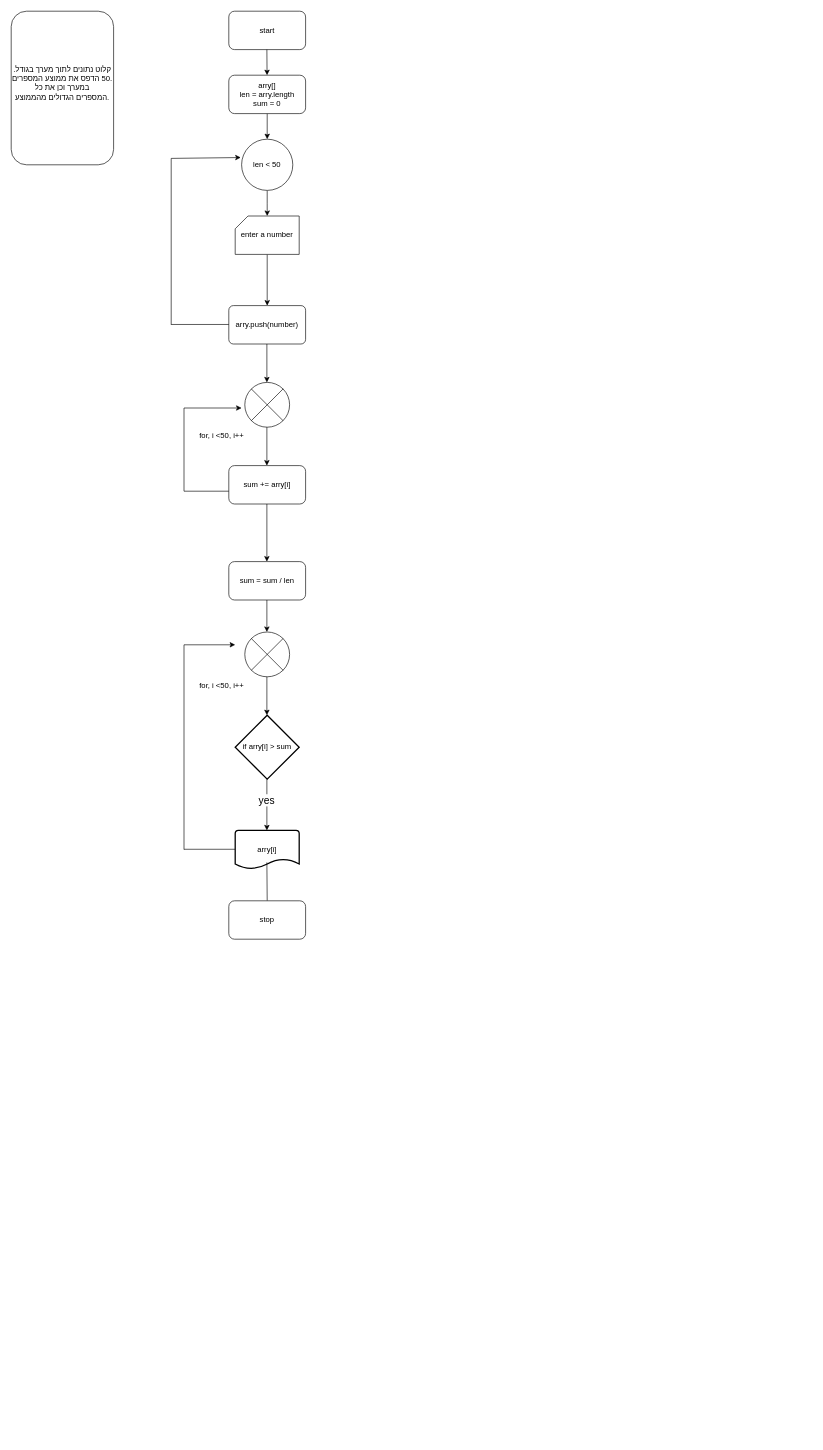
YanirH/DAVIDandMOSHE keeps this draw.io diagram as Homeworks.drawio. Above is the earlier version. Source tidied: cells renumbered, new cells numbered last; positions are measured from the earlier drawing's top-left corner, leaving out a move shared by most shapes. Both pictures are drawn from the tidied source at 64%, with x=0, y=0 at pixel (11, 11).
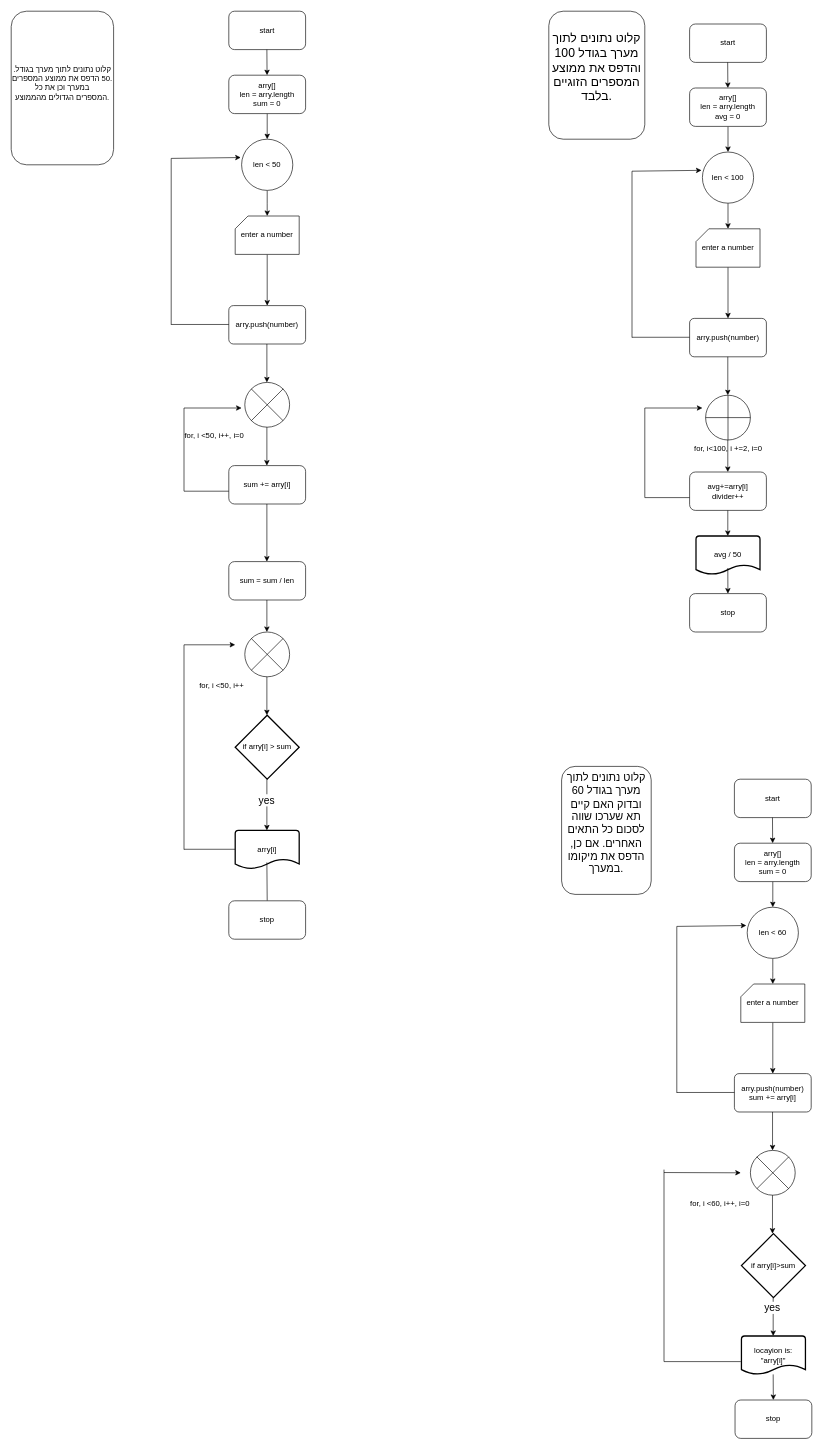
Above is the later version.

Diff of the diagram source:
```diff
@@
-    <mxCell id="16" value="for, i &amp;lt;50, i++" style="verticalLabelPosition=bottom;verticalAlign=top;html=1;shape=mxgraph.flowchart.or;labelPosition=left;align=right;" parent="1" vertex="1">
+    <mxCell id="16" value="for, i &amp;lt;50, i++, i=0" style="verticalLabelPosition=bottom;verticalAlign=top;html=1;shape=mxgraph.flowchart.or;labelPosition=left;align=right;" parent="1" vertex="1">
       <mxGeometry x="365" y="580" width="70" height="70" as="geometry" />
     </mxCell>
@@
+    <mxCell id="36" value="&lt;div style=&quot;font-size: 19px;&quot;&gt;קלוט נתונים לתוך מערך בגודל 100 והדפס את ממוצע המספרים הזוגיים בלבד.&lt;/div&gt;&lt;div style=&quot;font-size: 19px;&quot;&gt;&lt;br style=&quot;font-size: 19px;&quot;&gt;&lt;/div&gt;" style="rounded=1;whiteSpace=wrap;html=1;fontSize=19;" parent="1" vertex="1">
+      <mxGeometry x="840" width="150" height="200" as="geometry" />
+    </mxCell>
+    <mxCell id="37" value="start" style="rounded=1;whiteSpace=wrap;html=1;" parent="1" vertex="1">
+      <mxGeometry x="1060" y="20" width="120" height="60" as="geometry" />
+    </mxCell>
+    <mxCell id="38" style="endArrow=classic;html=1;rounded=0;" parent="1" edge="1" target="40">
+      <mxGeometry relative="1" as="geometry">
+        <mxPoint x="1119.5" y="80" as="sourcePoint" />
+      </mxGeometry>
+    </mxCell>
+    <mxCell id="39" style="edgeStyle=orthogonalEdgeStyle;rounded=0;jettySize=auto;html=1;" parent="1" edge="1" source="40" target="42">
+      <mxGeometry relative="1" as="geometry" />
+    </mxCell>
+    <mxCell id="40" value="arry[]&lt;br&gt;len = arry.length&lt;br&gt;avg = 0" style="rounded=1;whiteSpace=wrap;html=1;" parent="1" vertex="1">
+      <mxGeometry x="1060" y="120" width="120" height="60" as="geometry" />
+    </mxCell>
+    <mxCell id="41" style="edgeStyle=orthogonalEdgeStyle;rounded=0;jettySize=auto;html=1;" parent="1" edge="1" source="42">
+      <mxGeometry relative="1" as="geometry">
+        <mxPoint x="1120" y="340" as="targetPoint" />
+      </mxGeometry>
+    </mxCell>
+    <mxCell id="42" value="len &amp;lt; 100" style="ellipse;whiteSpace=wrap;html=1;rounded=1;" parent="1" vertex="1">
+      <mxGeometry x="1080" y="220" width="80" height="80" as="geometry" />
+    </mxCell>
+    <mxCell id="43" style="edgeStyle=orthogonalEdgeStyle;rounded=0;jettySize=auto;html=1;" parent="1" edge="1" source="44" target="45">
+      <mxGeometry relative="1" as="geometry" />
+    </mxCell>
+    <mxCell id="44" value="enter a number" style="verticalLabelPosition=middle;verticalAlign=middle;html=1;shape=card;whiteSpace=wrap;size=20;arcSize=12;labelPosition=center;align=center;" parent="1" vertex="1">
+      <mxGeometry x="1070" y="340" width="100" height="60" as="geometry" />
+    </mxCell>
+    <mxCell id="45" value="arry.push(number)" style="rounded=1;whiteSpace=wrap;html=1;arcSize=12;" parent="1" vertex="1">
+      <mxGeometry x="1060" y="480" width="120" height="60" as="geometry" />
+    </mxCell>
+    <mxCell id="46" style="endArrow=none;html=1;rounded=0;" parent="1" edge="1">
+      <mxGeometry relative="1" as="geometry">
+        <mxPoint x="970" y="509.5" as="sourcePoint" />
+        <mxPoint x="1060" y="509.5" as="targetPoint" />
+      </mxGeometry>
+    </mxCell>
+    <mxCell id="47" style="endArrow=none;html=1;rounded=0;" parent="1" edge="1">
+      <mxGeometry relative="1" as="geometry">
+        <mxPoint x="970" y="510" as="sourcePoint" />
+        <mxPoint x="970" y="250" as="targetPoint" />
+      </mxGeometry>
+    </mxCell>
+    <mxCell id="48" style="endArrow=classic;html=1;rounded=0;entryX=-0.017;entryY=0.358;entryDx=0;entryDy=0;entryPerimeter=0;" parent="1" edge="1" target="42">
+      <mxGeometry relative="1" as="geometry">
+        <mxPoint x="970" y="250" as="sourcePoint" />
+      </mxGeometry>
+    </mxCell>
+    <mxCell id="49" style="endArrow=classic;html=1;rounded=0;" parent="1" edge="1">
+      <mxGeometry relative="1" as="geometry">
+        <mxPoint x="1119.7" y="540" as="sourcePoint" />
+        <mxPoint x="1119.7" y="600" as="targetPoint" />
+      </mxGeometry>
+    </mxCell>
+    <mxCell id="50" value="for, i&amp;lt;100, i +=2, i=0" style="verticalLabelPosition=bottom;verticalAlign=top;html=1;shape=mxgraph.flowchart.summing_function;" parent="1" vertex="1">
+      <mxGeometry x="1085" y="600" width="70" height="70" as="geometry" />
+    </mxCell>
+    <mxCell id="51" style="endArrow=classic;html=1;rounded=0;" parent="1" edge="1">
+      <mxGeometry relative="1" as="geometry">
+        <mxPoint x="1119.7" y="670" as="sourcePoint" />
+        <mxPoint x="1119.7" y="720" as="targetPoint" />
+      </mxGeometry>
+    </mxCell>
+    <mxCell id="52" value="avg+=arry[i]&lt;br&gt;divider++" style="rounded=1;whiteSpace=wrap;html=1;" parent="1" vertex="1">
+      <mxGeometry x="1060" y="720" width="120" height="60" as="geometry" />
+    </mxCell>
+    <mxCell id="53" style="endArrow=none;html=1;rounded=0;" parent="1" edge="1">
+      <mxGeometry relative="1" as="geometry">
+        <mxPoint x="990" y="760" as="sourcePoint" />
+        <mxPoint x="1060" y="760" as="targetPoint" />
+      </mxGeometry>
+    </mxCell>
+    <mxCell id="54" style="endArrow=none;html=1;rounded=0;" parent="1" edge="1">
+      <mxGeometry relative="1" as="geometry">
+        <mxPoint x="990" y="760" as="sourcePoint" />
+        <mxPoint x="990" y="620" as="targetPoint" />
+      </mxGeometry>
+    </mxCell>
+    <mxCell id="55" style="endArrow=classic;html=1;rounded=0;" parent="1" edge="1">
+      <mxGeometry relative="1" as="geometry">
+        <mxPoint x="990" y="620" as="sourcePoint" />
+        <mxPoint x="1080" y="620" as="targetPoint" />
+      </mxGeometry>
+    </mxCell>
+    <mxCell id="56" style="endArrow=classic;html=1;rounded=0;" parent="1" edge="1">
+      <mxGeometry relative="1" as="geometry">
+        <mxPoint x="1119.7" y="780" as="sourcePoint" />
+        <mxPoint x="1119.7" y="820" as="targetPoint" />
+      </mxGeometry>
+    </mxCell>
+    <mxCell id="57" value="avg / 50" style="strokeWidth=2;html=1;shape=mxgraph.flowchart.document2;whiteSpace=wrap;size=0.25;" parent="1" vertex="1">
+      <mxGeometry x="1070" y="820" width="100" height="60" as="geometry" />
+    </mxCell>
+    <mxCell id="58" style="endArrow=classic;html=1;rounded=0;" parent="1" edge="1" target="59">
+      <mxGeometry relative="1" as="geometry">
+        <mxPoint x="1119.7" y="870" as="sourcePoint" />
+      </mxGeometry>
+    </mxCell>
+    <mxCell id="59" value="stop" style="rounded=1;whiteSpace=wrap;html=1;" parent="1" vertex="1">
+      <mxGeometry x="1060" y="910" width="120" height="60" as="geometry" />
+    </mxCell>
+    <mxCell id="60" value="&lt;div style=&quot;font-size: 17px;&quot;&gt;קלוט נתונים לתוך מערך בגודל 60 ובדוק האם קיים תא שערכו שווה לסכום כל התאים&lt;/div&gt;&lt;div style=&quot;font-size: 17px;&quot;&gt;האחרים. אם כן, הדפס את מיקומו במערך.&lt;/div&gt;&lt;div style=&quot;font-size: 17px;&quot;&gt;&lt;br style=&quot;font-size: 17px;&quot;&gt;&lt;/div&gt;" style="rounded=1;whiteSpace=wrap;html=1;fontSize=17;" parent="1" vertex="1">
+      <mxGeometry x="860" y="1180" width="140" height="200" as="geometry" />
+    </mxCell>
+    <mxCell id="61" value="start" style="rounded=1;whiteSpace=wrap;html=1;" parent="1" vertex="1">
+      <mxGeometry x="1130" y="1200" width="120" height="60" as="geometry" />
+    </mxCell>
+    <mxCell id="62" style="endArrow=classic;html=1;rounded=0;" parent="1" edge="1" target="64">
+      <mxGeometry relative="1" as="geometry">
+        <mxPoint x="1189.5" y="1260" as="sourcePoint" />
+      </mxGeometry>
+    </mxCell>
+    <mxCell id="63" style="edgeStyle=orthogonalEdgeStyle;rounded=0;jettySize=auto;html=1;" parent="1" edge="1" source="64" target="66">
+      <mxGeometry relative="1" as="geometry" />
+    </mxCell>
+    <mxCell id="64" value="arry[]&lt;br&gt;len = arry.length&lt;br&gt;sum = 0" style="rounded=1;whiteSpace=wrap;html=1;" parent="1" vertex="1">
+      <mxGeometry x="1130" y="1300" width="120" height="60" as="geometry" />
+    </mxCell>
+    <mxCell id="65" style="edgeStyle=orthogonalEdgeStyle;rounded=0;jettySize=auto;html=1;" parent="1" edge="1" source="66">
+      <mxGeometry relative="1" as="geometry">
+        <mxPoint x="1190" y="1520" as="targetPoint" />
+      </mxGeometry>
+    </mxCell>
+    <mxCell id="66" value="len &amp;lt; 60" style="ellipse;whiteSpace=wrap;html=1;rounded=1;" parent="1" vertex="1">
+      <mxGeometry x="1150" y="1400" width="80" height="80" as="geometry" />
+    </mxCell>
+    <mxCell id="67" style="edgeStyle=orthogonalEdgeStyle;rounded=0;jettySize=auto;html=1;" parent="1" edge="1" source="68" target="69">
+      <mxGeometry relative="1" as="geometry" />
+    </mxCell>
+    <mxCell id="68" value="enter a number" style="verticalLabelPosition=middle;verticalAlign=middle;html=1;shape=card;whiteSpace=wrap;size=20;arcSize=12;labelPosition=center;align=center;" parent="1" vertex="1">
+      <mxGeometry x="1140" y="1520" width="100" height="60" as="geometry" />
+    </mxCell>
+    <mxCell id="69" value="arry.push(number)&lt;br&gt;sum += arry[i]" style="rounded=1;whiteSpace=wrap;html=1;arcSize=12;" parent="1" vertex="1">
+      <mxGeometry x="1130" y="1660" width="120" height="60" as="geometry" />
+    </mxCell>
+    <mxCell id="70" style="endArrow=none;html=1;rounded=0;" parent="1" edge="1">
+      <mxGeometry relative="1" as="geometry">
+        <mxPoint x="1040" y="1689.5" as="sourcePoint" />
+        <mxPoint x="1130" y="1689.5" as="targetPoint" />
+      </mxGeometry>
+    </mxCell>
+    <mxCell id="71" style="endArrow=none;html=1;rounded=0;" parent="1" edge="1">
+      <mxGeometry relative="1" as="geometry">
+        <mxPoint x="1040" y="1690" as="sourcePoint" />
+        <mxPoint x="1040" y="1430" as="targetPoint" />
+      </mxGeometry>
+    </mxCell>
+    <mxCell id="72" style="endArrow=classic;html=1;rounded=0;entryX=-0.017;entryY=0.358;entryDx=0;entryDy=0;entryPerimeter=0;" parent="1" edge="1" target="66">
+      <mxGeometry relative="1" as="geometry">
+        <mxPoint x="1040" y="1430" as="sourcePoint" />
+      </mxGeometry>
+    </mxCell>
+    <mxCell id="73" style="endArrow=classic;html=1;rounded=0;" parent="1" edge="1">
+      <mxGeometry relative="1" as="geometry">
+        <mxPoint x="1189.6" y="1720" as="sourcePoint" />
+        <mxPoint x="1189.6" y="1780" as="targetPoint" />
+      </mxGeometry>
+    </mxCell>
+    <mxCell id="74" value="for, i &amp;lt;60, i++, i=0" style="verticalLabelPosition=bottom;verticalAlign=top;html=1;shape=mxgraph.flowchart.or;labelPosition=left;align=right;" parent="1" vertex="1">
+      <mxGeometry x="1155" y="1780" width="70" height="70" as="geometry" />
+    </mxCell>
+    <mxCell id="75" style="endArrow=classic;html=1;rounded=0;" parent="1" edge="1">
+      <mxGeometry relative="1" as="geometry">
+        <mxPoint x="1189.5" y="1850" as="sourcePoint" />
+        <mxPoint x="1189.5" y="1910" as="targetPoint" />
+      </mxGeometry>
+    </mxCell>
+    <mxCell id="76" style="endArrow=none;html=1;rounded=0;" parent="1" edge="1">
+      <mxGeometry relative="1" as="geometry">
+        <mxPoint x="1020" y="2110" as="sourcePoint" />
+        <mxPoint x="1140" y="2110" as="targetPoint" />
+      </mxGeometry>
+    </mxCell>
+    <mxCell id="77" style="endArrow=none;html=1;rounded=0;" parent="1" edge="1">
+      <mxGeometry relative="1" as="geometry">
+        <mxPoint x="1020" y="2110" as="sourcePoint" />
+        <mxPoint x="1020" y="1810" as="targetPoint" />
+      </mxGeometry>
+    </mxCell>
+    <mxCell id="78" style="endArrow=classic;html=1;rounded=0;" parent="1" edge="1">
+      <mxGeometry relative="1" as="geometry">
+        <mxPoint x="1020" y="1814.6" as="sourcePoint" />
+        <mxPoint x="1140" y="1815" as="targetPoint" />
+      </mxGeometry>
+    </mxCell>
+    <mxCell id="79" value="if arry[i]&amp;gt;sum" style="strokeWidth=2;html=1;shape=mxgraph.flowchart.decision;whiteSpace=wrap;" parent="1" vertex="1">
+      <mxGeometry x="1141" y="1910" width="100" height="100" as="geometry" />
+    </mxCell>
+    <mxCell id="80" style="endArrow=classic;html=1;rounded=0;" parent="1" edge="1">
+      <mxGeometry relative="1" as="geometry">
+        <mxPoint x="1190.6" y="2010" as="sourcePoint" />
+        <mxPoint x="1190.6" y="2070" as="targetPoint" />
+      </mxGeometry>
+    </mxCell>
+    <mxCell id="81" value="yes" style="edgeLabel;html=1;align=center;verticalAlign=middle;fontSize=16;" parent="80" vertex="1">
+      <mxGeometry x="-0.51" y="-2" relative="1" as="geometry" />
+    </mxCell>
+    <mxCell id="82" value="locayion is: &quot;arry[i]&quot;" style="strokeWidth=2;html=1;shape=mxgraph.flowchart.document2;whiteSpace=wrap;size=0.25;" parent="1" vertex="1">
+      <mxGeometry x="1141" y="2070" width="100" height="60" as="geometry" />
+    </mxCell>
+    <mxCell id="83" style="endArrow=classic;html=1;rounded=0;" parent="1" edge="1" target="84">
+      <mxGeometry relative="1" as="geometry">
+        <mxPoint x="1190.6" y="2130" as="sourcePoint" />
+      </mxGeometry>
+    </mxCell>
+    <mxCell id="84" value="stop" style="rounded=1;whiteSpace=wrap;html=1;" parent="1" vertex="1">
+      <mxGeometry x="1131" y="2170" width="120" height="60" as="geometry" />
+    </mxCell>
```
